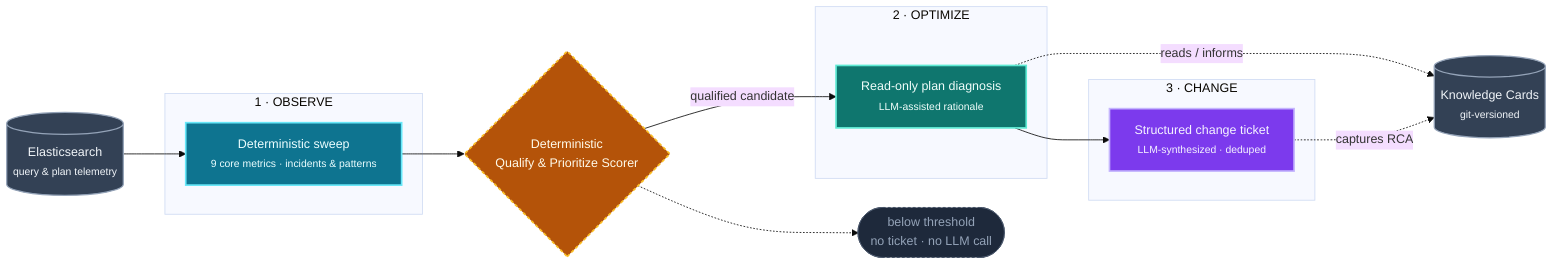
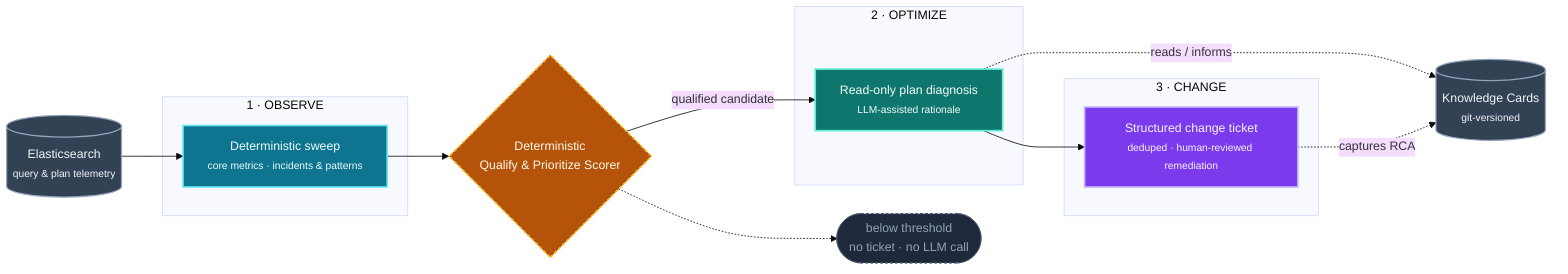
%%{init: {"theme": "base", "themeVariables": {"fontSize": "15px"}}}%%
flowchart LR
    classDef observe fill:#0e7490,stroke:#67e8f9,color:#ecfeff,stroke-width:2px
    classDef optimize fill:#0f766e,stroke:#5eead4,color:#f0fdfa,stroke-width:2px
    classDef change fill:#7c3aed,stroke:#c4b5fd,color:#f5f3ff,stroke-width:2px
    classDef gate fill:#b45309,stroke:#fbbf24,color:#fffbeb,stroke-width:2px,stroke-dasharray: 4 3
    classDef store fill:#334155,stroke:#94a3b8,color:#f1f5f9,stroke-width:1.5px
    classDef discard fill:#1e293b,stroke:#475569,color:#94a3b8,stroke-dasharray: 3 3

    Telemetry[("Elasticsearch<br/><small>query & plan telemetry</small>")]:::store

    subgraph Observe["1 · OBSERVE"]
-         Sweep["Deterministic sweep<br/><small>9 core metrics · incidents & patterns</small>"]:::observe
+         Sweep["Deterministic sweep<br/><small>core metrics · incidents & patterns</small>"]:::observe
    end

    Gate{"Deterministic<br/>Qualify & Prioritize Scorer"}:::gate

    subgraph Optimize["2 · OPTIMIZE"]
        Explain["Read-only plan diagnosis<br/><small>LLM-assisted rationale</small>"]:::optimize
    end

    subgraph Change["3 · CHANGE"]
-         Ticket["Structured change ticket<br/><small>LLM-synthesized · deduped</small>"]:::change
+         Ticket["Structured change ticket<br/><small>deduped · human-reviewed remediation</small>"]:::change
    end

    Discard(["below threshold<br/>no ticket · no LLM call"]):::discard
    KB[("Knowledge Cards<br/><small>git-versioned</small>")]:::store

    Telemetry --> Sweep --> Gate
    Gate -->|"qualified candidate"| Explain
    Gate -.-> Discard
    Explain --> Ticket
    Explain -.->|"reads / informs"| KB
    Ticket -.->|"captures RCA"| KB
